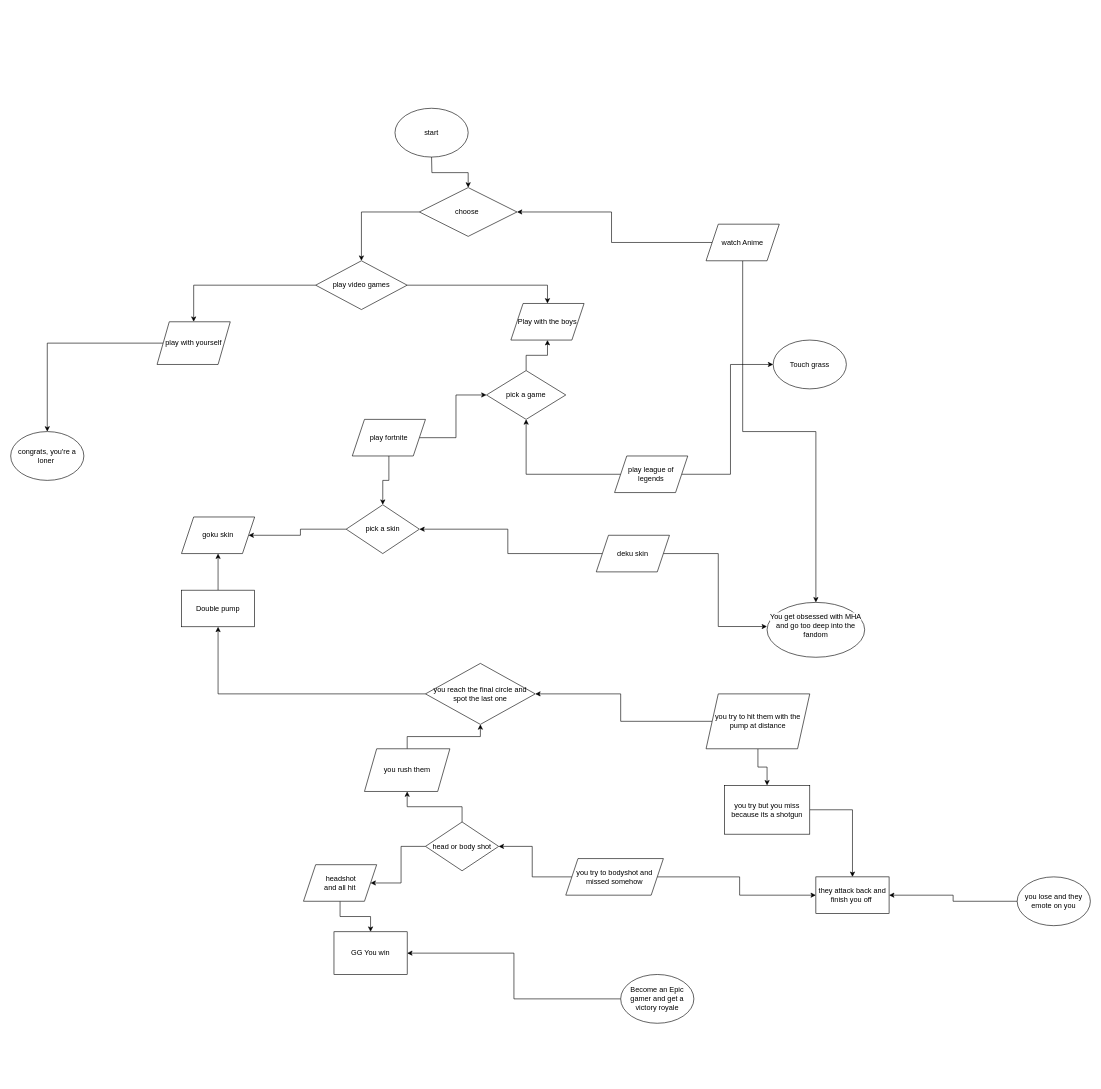
Above: Untitled Diagram.drawio in michaelv24/InteractiveStoryGame (draw.io), before the change. Source tidied: cells renumbered, new cells numbered last; positions are measured from the earlier drawing's top-left corner, leaving out a move shared by most shapes. Both pictures are drawn from the tidied source at 61%, with x=0, y=0 at pixel (10, 108).
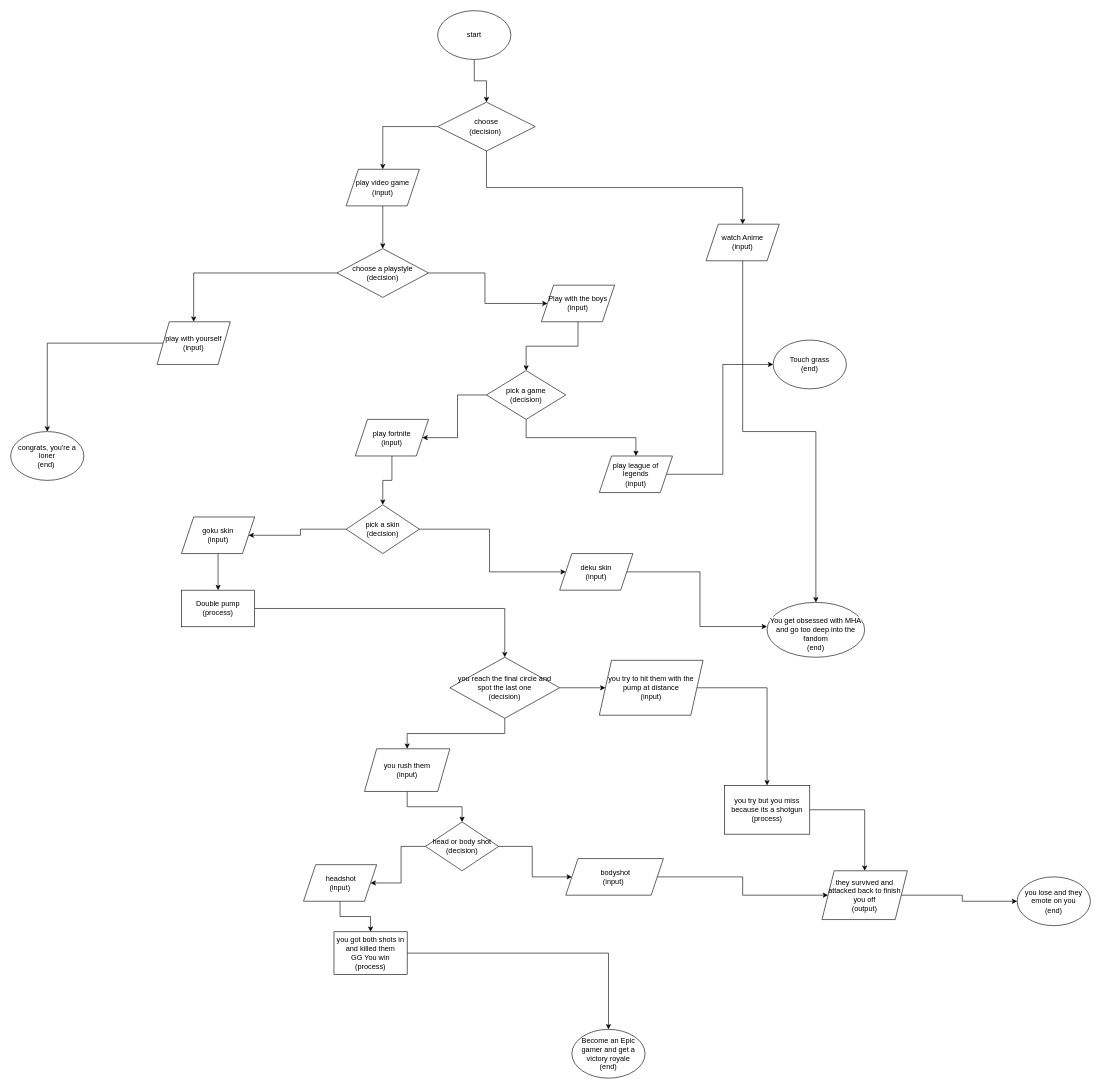
After the change.

What changed in the source:
```diff
@@
-    <mxCell id="2" style="edgeStyle=orthogonalEdgeStyle;rounded=0;jettySize=auto;html=1;" parent="1" edge="1" target="15">
-      <mxGeometry relative="1" as="geometry">
-        <mxPoint x="690" y="80" as="sourcePoint" />
-      </mxGeometry>
+    <mxCell id="2" style="edgeStyle=orthogonalEdgeStyle;rounded=0;jettySize=auto;html=1;" parent="1" edge="1" source="16" target="15">
+      <mxGeometry relative="1" as="geometry" />
     </mxCell>
@@
-    <mxCell id="6" style="edgeStyle=orthogonalEdgeStyle;rounded=0;jettySize=auto;html=1;exitX=0;exitY=0.5;exitDx=0;exitDy=0;" parent="1" edge="1" source="48" target="7">
-      <mxGeometry relative="1" as="geometry" />
-    </mxCell>
+    <mxCell id="57" style="edgeStyle=orthogonalEdgeStyle;rounded=0;jettySize=auto;html=1;" parent="1" edge="1" source="7" target="48">
+      <mxGeometry relative="1" as="geometry" />
+    </mxCell>
-    <mxCell id="7" value="GG You win" style="whiteSpace=wrap;html=1;" parent="1" vertex="1">
+    <mxCell id="7" value="you got both shots in and killed them&lt;br&gt;GG You win&lt;br&gt;(process)" style="whiteSpace=wrap;html=1;" parent="1" vertex="1">
       <mxGeometry x="530" y="1350" width="120" height="70" as="geometry" />
     </mxCell>
@@
-    <mxCell id="9" style="edgeStyle=orthogonalEdgeStyle;rounded=0;jettySize=auto;html=1;" parent="1" edge="1" source="10" target="33">
-      <mxGeometry relative="1" as="geometry" />
-    </mxCell>
+    <mxCell id="58" style="edgeStyle=orthogonalEdgeStyle;rounded=0;jettySize=auto;html=1;" parent="1" edge="1" source="10" target="37">
+      <mxGeometry relative="1" as="geometry" />
+    </mxCell>
-    <mxCell id="10" value="Double pump" style="whiteSpace=wrap;html=1;" parent="1" vertex="1">
+    <mxCell id="10" value="Double pump&lt;br&gt;(process)" style="whiteSpace=wrap;html=1;" parent="1" vertex="1">
       <mxGeometry x="280" y="790" width="120" height="60" as="geometry" />
     </mxCell>
@@
-    <mxCell id="12" style="edgeStyle=orthogonalEdgeStyle;rounded=0;jettySize=auto;html=1;entryX=0.5;entryY=0;entryDx=0;entryDy=0;" parent="1" edge="1" source="13" target="24">
-      <mxGeometry relative="1" as="geometry">
-        <Array as="points">
-          <mxPoint x="880" y="290" />
-        </Array>
-      </mxGeometry>
+    <mxCell id="12" style="edgeStyle=orthogonalEdgeStyle;rounded=0;jettySize=auto;html=1;exitX=1;exitY=0.5;exitDx=0;exitDy=0;entryX=0;entryY=0.5;entryDx=0;entryDy=0;" parent="1" edge="1" source="13" target="24">
+      <mxGeometry relative="1" as="geometry" />
     </mxCell>
-    <mxCell id="13" value="play video games" style="rhombus;whiteSpace=wrap;html=1;" parent="1" vertex="1">
-      <mxGeometry x="500" y="250" width="150" height="80" as="geometry" />
+    <mxCell id="13" value="choose a playstyle&lt;br&gt;(decision)" style="rhombus;whiteSpace=wrap;html=1;" parent="1" vertex="1">
+      <mxGeometry x="535" y="230" width="150" height="80" as="geometry" />
     </mxCell>
-    <mxCell id="14" style="edgeStyle=orthogonalEdgeStyle;rounded=0;jettySize=auto;html=1;" parent="1" edge="1" source="15" target="13">
-      <mxGeometry relative="1" as="geometry" />
-    </mxCell>
+    <mxCell id="59" style="edgeStyle=orthogonalEdgeStyle;rounded=0;jettySize=auto;html=1;" parent="1" edge="1" source="15" target="73">
+      <mxGeometry relative="1" as="geometry" />
+    </mxCell>
+    <mxCell id="60" style="edgeStyle=orthogonalEdgeStyle;rounded=0;jettySize=auto;html=1;exitX=0.5;exitY=1;exitDx=0;exitDy=0;" parent="1" edge="1" source="15" target="19">
+      <mxGeometry relative="1" as="geometry" />
+    </mxCell>
-    <mxCell id="15" value="choose&amp;nbsp;" style="rhombus;whiteSpace=wrap;html=1;" parent="1" vertex="1">
-      <mxGeometry x="670" y="130" width="160" height="80" as="geometry" />
+    <mxCell id="15" value="choose&lt;br&gt;(decision)&amp;nbsp;" style="rhombus;whiteSpace=wrap;html=1;" parent="1" vertex="1">
+      <mxGeometry x="700" y="-10" width="160" height="80" as="geometry" />
     </mxCell>
     <mxCell id="16" value="start" style="ellipse;whiteSpace=wrap;html=1;" parent="1" vertex="1">
-      <mxGeometry x="630" width="120" height="80" as="geometry" />
+      <mxGeometry x="700" y="-160" width="120" height="80" as="geometry" />
     </mxCell>
-    <mxCell id="17" style="edgeStyle=orthogonalEdgeStyle;rounded=0;jettySize=auto;html=1;" parent="1" edge="1" source="19" target="15">
-      <mxGeometry relative="1" as="geometry" />
-    </mxCell>
@@
-    <mxCell id="19" value="watch Anime" style="shape=parallelogram;perimeter=parallelogramPerimeter;whiteSpace=wrap;html=1;fixedSize=1;" parent="1" vertex="1">
+    <mxCell id="19" value="watch Anime&lt;br&gt;(input)" style="shape=parallelogram;perimeter=parallelogramPerimeter;whiteSpace=wrap;html=1;fixedSize=1;" parent="1" vertex="1">
       <mxGeometry x="1140" y="190" width="120" height="60" as="geometry" />
     </mxCell>
-    <mxCell id="20" value="&#10;&lt;span style=&quot;color: rgb(0, 0, 0); font-family: Helvetica; font-size: 12px; font-style: normal; font-variant-ligatures: normal; font-variant-caps: normal; font-weight: 400; letter-spacing: normal; orphans: 2; text-align: center; text-indent: 0px; text-transform: none; widows: 2; word-spacing: 0px; -webkit-text-stroke-width: 0px; background-color: rgb(251, 251, 251); text-decoration-thickness: initial; text-decoration-style: initial; text-decoration-color: initial; float: none; display: inline !important;&quot;&gt;You get obsessed with MHA and go too deep into the fandom&lt;/span&gt;&#10;&#10;" style="ellipse;whiteSpace=wrap;html=1;" parent="1" vertex="1">
+    <mxCell id="20" value="&lt;br&gt;&lt;span style=&quot;color: rgb(0, 0, 0); font-family: Helvetica; font-size: 12px; font-style: normal; font-variant-ligatures: normal; font-variant-caps: normal; font-weight: 400; letter-spacing: normal; orphans: 2; text-align: center; text-indent: 0px; text-transform: none; widows: 2; word-spacing: 0px; -webkit-text-stroke-width: 0px; background-color: rgb(251, 251, 251); text-decoration-thickness: initial; text-decoration-style: initial; text-decoration-color: initial; float: none; display: inline !important;&quot;&gt;You get obsessed with MHA and go too deep into the fandom&lt;/span&gt;&lt;br&gt;(end)" style="ellipse;whiteSpace=wrap;html=1;" parent="1" vertex="1">
       <mxGeometry x="1240" y="810" width="160" height="90" as="geometry" />
     </mxCell>
-    <mxCell id="21" value="congrats, you're a loner&amp;nbsp;" style="ellipse;whiteSpace=wrap;html=1;" parent="1" vertex="1">
+    <mxCell id="21" value="congrats, you're a loner&lt;br&gt;(end)&amp;nbsp;" style="ellipse;whiteSpace=wrap;html=1;" parent="1" vertex="1">
       <mxGeometry y="530" width="120" height="80" as="geometry" />
     </mxCell>
-    <mxCell id="22" value="play with yourself" style="shape=parallelogram;perimeter=parallelogramPerimeter;whiteSpace=wrap;html=1;fixedSize=1;" parent="1" vertex="1">
+    <mxCell id="22" value="play with yourself&lt;br&gt;(input)" style="shape=parallelogram;perimeter=parallelogramPerimeter;whiteSpace=wrap;html=1;fixedSize=1;" parent="1" vertex="1">
       <mxGeometry x="240" y="350" width="120" height="70" as="geometry" />
     </mxCell>
-    <mxCell id="23" value="Touch grass" style="ellipse;whiteSpace=wrap;html=1;" parent="1" vertex="1">
+    <mxCell id="23" value="Touch grass&lt;br&gt;(end)" style="ellipse;whiteSpace=wrap;html=1;" parent="1" vertex="1">
       <mxGeometry x="1250" y="380" width="120" height="80" as="geometry" />
     </mxCell>
+    <mxCell id="61" style="edgeStyle=orthogonalEdgeStyle;rounded=0;jettySize=auto;html=1;exitX=0.5;exitY=1;exitDx=0;exitDy=0;entryX=0.5;entryY=0;entryDx=0;entryDy=0;" parent="1" edge="1" source="24" target="26">
+      <mxGeometry relative="1" as="geometry" />
+    </mxCell>
-    <mxCell id="24" value="Play with the boys" style="shape=parallelogram;perimeter=parallelogramPerimeter;whiteSpace=wrap;html=1;fixedSize=1;" parent="1" vertex="1">
-      <mxGeometry x="820" y="320" width="120" height="60" as="geometry" />
+    <mxCell id="24" value="Play with the boys&lt;br&gt;(input)" style="shape=parallelogram;perimeter=parallelogramPerimeter;whiteSpace=wrap;html=1;fixedSize=1;" parent="1" vertex="1">
+      <mxGeometry x="870" y="290" width="120" height="60" as="geometry" />
     </mxCell>
-    <mxCell id="25" style="edgeStyle=orthogonalEdgeStyle;rounded=0;jettySize=auto;html=1;" parent="1" edge="1" source="26" target="24">
-      <mxGeometry relative="1" as="geometry" />
-    </mxCell>
+    <mxCell id="62" style="edgeStyle=orthogonalEdgeStyle;rounded=0;jettySize=auto;html=1;exitX=0.5;exitY=1;exitDx=0;exitDy=0;entryX=0.5;entryY=0;entryDx=0;entryDy=0;" parent="1" edge="1" source="26" target="28">
+      <mxGeometry relative="1" as="geometry" />
+    </mxCell>
+    <mxCell id="63" style="edgeStyle=orthogonalEdgeStyle;rounded=0;jettySize=auto;html=1;exitX=0;exitY=0.5;exitDx=0;exitDy=0;" parent="1" edge="1" source="26" target="30">
+      <mxGeometry relative="1" as="geometry" />
+    </mxCell>
-    <mxCell id="26" value="pick a game" style="rhombus;whiteSpace=wrap;html=1;" parent="1" vertex="1">
+    <mxCell id="26" value="pick a game&lt;br&gt;(decision)" style="rhombus;whiteSpace=wrap;html=1;" parent="1" vertex="1">
       <mxGeometry x="780" y="430" width="130" height="80" as="geometry" />
     </mxCell>
-    <mxCell id="27" style="edgeStyle=orthogonalEdgeStyle;rounded=0;jettySize=auto;html=1;" parent="1" edge="1" source="28" target="26">
-      <mxGeometry relative="1" as="geometry" />
-    </mxCell>
-    <mxCell id="28" value="play league of legends" style="shape=parallelogram;perimeter=parallelogramPerimeter;whiteSpace=wrap;html=1;fixedSize=1;" parent="1" vertex="1">
-      <mxGeometry x="990" y="570" width="120" height="60" as="geometry" />
+    <mxCell id="28" value="play league of legends&lt;br&gt;(input)" style="shape=parallelogram;perimeter=parallelogramPerimeter;whiteSpace=wrap;html=1;fixedSize=1;" parent="1" vertex="1">
+      <mxGeometry x="965" y="570" width="120" height="60" as="geometry" />
     </mxCell>
-    <mxCell id="29" style="edgeStyle=orthogonalEdgeStyle;rounded=0;jettySize=auto;html=1;" parent="1" edge="1" source="30" target="26">
-      <mxGeometry relative="1" as="geometry" />
-    </mxCell>
-    <mxCell id="30" value="play fortnite" style="shape=parallelogram;perimeter=parallelogramPerimeter;whiteSpace=wrap;html=1;fixedSize=1;" parent="1" vertex="1">
-      <mxGeometry x="560" y="510" width="120" height="60" as="geometry" />
+    <mxCell id="30" value="play fortnite&lt;br&gt;(input)" style="shape=parallelogram;perimeter=parallelogramPerimeter;whiteSpace=wrap;html=1;fixedSize=1;" parent="1" vertex="1">
+      <mxGeometry x="565" y="510" width="120" height="60" as="geometry" />
     </mxCell>
-    <mxCell id="31" style="edgeStyle=orthogonalEdgeStyle;rounded=0;jettySize=auto;html=1;" parent="1" edge="1" source="32" target="35">
-      <mxGeometry relative="1" as="geometry" />
-    </mxCell>
-    <mxCell id="32" value="deku skin" style="shape=parallelogram;perimeter=parallelogramPerimeter;whiteSpace=wrap;html=1;fixedSize=1;" parent="1" vertex="1">
-      <mxGeometry x="960" y="700" width="120" height="60" as="geometry" />
+    <mxCell id="32" value="deku skin&lt;br&gt;(input)" style="shape=parallelogram;perimeter=parallelogramPerimeter;whiteSpace=wrap;html=1;fixedSize=1;" parent="1" vertex="1">
+      <mxGeometry x="900" y="730" width="120" height="60" as="geometry" />
     </mxCell>
+    <mxCell id="64" style="edgeStyle=orthogonalEdgeStyle;rounded=0;jettySize=auto;html=1;" parent="1" edge="1" source="33" target="10">
+      <mxGeometry relative="1" as="geometry" />
+    </mxCell>
-    <mxCell id="33" value="goku skin" style="shape=parallelogram;perimeter=parallelogramPerimeter;whiteSpace=wrap;html=1;fixedSize=1;" parent="1" vertex="1">
+    <mxCell id="33" value="goku skin&lt;br&gt;(input)" style="shape=parallelogram;perimeter=parallelogramPerimeter;whiteSpace=wrap;html=1;fixedSize=1;" parent="1" vertex="1">
       <mxGeometry x="280" y="670" width="120" height="60" as="geometry" />
     </mxCell>
@@
+    <mxCell id="65" style="edgeStyle=orthogonalEdgeStyle;rounded=0;jettySize=auto;html=1;" parent="1" edge="1" source="35" target="32">
+      <mxGeometry relative="1" as="geometry" />
+    </mxCell>
-    <mxCell id="35" value="pick a skin" style="rhombus;whiteSpace=wrap;html=1;" parent="1" vertex="1">
+    <mxCell id="35" value="pick a skin&lt;br&gt;(decision)" style="rhombus;whiteSpace=wrap;html=1;" parent="1" vertex="1">
       <mxGeometry x="550" y="650" width="120" height="80" as="geometry" />
     </mxCell>
-    <mxCell id="36" style="edgeStyle=orthogonalEdgeStyle;rounded=0;jettySize=auto;html=1;" parent="1" edge="1" source="37" target="10">
-      <mxGeometry relative="1" as="geometry" />
-    </mxCell>
+    <mxCell id="66" style="edgeStyle=orthogonalEdgeStyle;rounded=0;jettySize=auto;html=1;" parent="1" edge="1" source="37" target="40">
+      <mxGeometry relative="1" as="geometry" />
+    </mxCell>
+    <mxCell id="67" style="edgeStyle=orthogonalEdgeStyle;rounded=0;jettySize=auto;html=1;exitX=0.5;exitY=1;exitDx=0;exitDy=0;entryX=0.5;entryY=0;entryDx=0;entryDy=0;" parent="1" edge="1" source="37" target="43">
+      <mxGeometry relative="1" as="geometry" />
+    </mxCell>
-    <mxCell id="37" value="you reach the final circle and spot the last one" style="rhombus;whiteSpace=wrap;html=1;" parent="1" vertex="1">
-      <mxGeometry x="680" y="910" width="180" height="100" as="geometry" />
+    <mxCell id="37" value="you reach the final circle and spot the last one&lt;br&gt;(decision)" style="rhombus;whiteSpace=wrap;html=1;" parent="1" vertex="1">
+      <mxGeometry x="720" y="900" width="180" height="100" as="geometry" />
     </mxCell>
-    <mxCell id="38" style="edgeStyle=orthogonalEdgeStyle;rounded=0;jettySize=auto;html=1;" parent="1" edge="1" source="40" target="37">
-      <mxGeometry relative="1" as="geometry" />
-    </mxCell>
@@
-    <mxCell id="40" value="you try to hit them with the pump at distance" style="shape=parallelogram;perimeter=parallelogramPerimeter;whiteSpace=wrap;html=1;fixedSize=1;" parent="1" vertex="1">
-      <mxGeometry x="1140" y="960" width="170" height="90" as="geometry" />
+    <mxCell id="40" value="you try to hit them with the pump at distance&lt;br&gt;(input)" style="shape=parallelogram;perimeter=parallelogramPerimeter;whiteSpace=wrap;html=1;fixedSize=1;" parent="1" vertex="1">
+      <mxGeometry x="965" y="905" width="170" height="90" as="geometry" />
     </mxCell>
-    <mxCell id="41" style="edgeStyle=orthogonalEdgeStyle;rounded=0;jettySize=auto;html=1;" parent="1" edge="1" source="43" target="37">
-      <mxGeometry relative="1" as="geometry" />
-    </mxCell>
@@
+    <mxCell id="68" style="edgeStyle=orthogonalEdgeStyle;rounded=0;jettySize=auto;html=1;exitX=0.5;exitY=1;exitDx=0;exitDy=0;entryX=0.5;entryY=0;entryDx=0;entryDy=0;" parent="1" edge="1" source="43" target="45">
+      <mxGeometry relative="1" as="geometry" />
+    </mxCell>
-    <mxCell id="43" value="you rush them" style="shape=parallelogram;perimeter=parallelogramPerimeter;whiteSpace=wrap;html=1;fixedSize=1;" parent="1" vertex="1">
+    <mxCell id="43" value="you rush them&lt;br&gt;(input)" style="shape=parallelogram;perimeter=parallelogramPerimeter;whiteSpace=wrap;html=1;fixedSize=1;" parent="1" vertex="1">
       <mxGeometry x="580" y="1050" width="140" height="70" as="geometry" />
     </mxCell>
-    <mxCell id="44" style="edgeStyle=orthogonalEdgeStyle;rounded=0;jettySize=auto;html=1;" parent="1" edge="1" source="45" target="43">
-      <mxGeometry relative="1" as="geometry" />
-    </mxCell>
+    <mxCell id="69" style="edgeStyle=orthogonalEdgeStyle;rounded=0;jettySize=auto;html=1;exitX=1;exitY=0.5;exitDx=0;exitDy=0;entryX=0;entryY=0.5;entryDx=0;entryDy=0;" parent="1" edge="1" source="45" target="51">
+      <mxGeometry relative="1" as="geometry" />
+    </mxCell>
-    <mxCell id="45" value="head or body shot" style="rhombus;whiteSpace=wrap;html=1;" parent="1" vertex="1">
+    <mxCell id="45" value="head or body shot&lt;br&gt;(decision)" style="rhombus;whiteSpace=wrap;html=1;" parent="1" vertex="1">
       <mxGeometry x="680" y="1170" width="120" height="80" as="geometry" />
     </mxCell>
@@
-    <mxCell id="47" value="&amp;nbsp;headshot&lt;br&gt;and all hit" style="shape=parallelogram;perimeter=parallelogramPerimeter;whiteSpace=wrap;html=1;fixedSize=1;" parent="1" vertex="1">
+    <mxCell id="47" value="&amp;nbsp;headshot&lt;br&gt;(input)" style="shape=parallelogram;perimeter=parallelogramPerimeter;whiteSpace=wrap;html=1;fixedSize=1;" parent="1" vertex="1">
       <mxGeometry x="480" y="1240" width="120" height="60" as="geometry" />
     </mxCell>
-    <mxCell id="48" value="Become an Epic gamer and get a victory royale" style="ellipse;whiteSpace=wrap;html=1;" parent="1" vertex="1">
-      <mxGeometry x="1000" y="1420" width="120" height="80" as="geometry" />
+    <mxCell id="48" value="Become an Epic gamer and get a victory royale&lt;br&gt;(end)" style="ellipse;whiteSpace=wrap;html=1;" parent="1" vertex="1">
+      <mxGeometry x="920" y="1510" width="120" height="80" as="geometry" />
     </mxCell>
-    <mxCell id="49" style="edgeStyle=orthogonalEdgeStyle;rounded=0;jettySize=auto;html=1;" parent="1" edge="1" source="51" target="45">
-      <mxGeometry relative="1" as="geometry" />
-    </mxCell>
-    <mxCell id="50" style="edgeStyle=orthogonalEdgeStyle;rounded=0;jettySize=auto;html=1;" parent="1" edge="1" source="51" target="52">
+    <mxCell id="50" style="edgeStyle=orthogonalEdgeStyle;rounded=0;jettySize=auto;html=1;entryX=0;entryY=0.5;entryDx=0;entryDy=0;" parent="1" edge="1" source="51" target="71">
       <mxGeometry relative="1" as="geometry" />
     </mxCell>
-    <mxCell id="51" value="you try to bodyshot and missed somehow" style="shape=parallelogram;perimeter=parallelogramPerimeter;whiteSpace=wrap;html=1;fixedSize=1;" parent="1" vertex="1">
+    <mxCell id="51" value="&amp;nbsp;bodyshot&lt;br&gt;(input)&amp;nbsp;" style="shape=parallelogram;perimeter=parallelogramPerimeter;whiteSpace=wrap;html=1;fixedSize=1;" parent="1" vertex="1">
       <mxGeometry x="910" y="1230" width="160" height="60" as="geometry" />
     </mxCell>
-    <mxCell id="52" value="they attack back and finish you off&amp;nbsp;" style="rounded=0;whiteSpace=wrap;html=1;" parent="1" vertex="1">
-      <mxGeometry x="1320" y="1260" width="120" height="60" as="geometry" />
-    </mxCell>
-    <mxCell id="53" style="edgeStyle=orthogonalEdgeStyle;rounded=0;jettySize=auto;html=1;" parent="1" edge="1" source="54" target="52">
+    <mxCell id="53" style="edgeStyle=orthogonalEdgeStyle;rounded=0;jettySize=auto;html=1;entryX=0.5;entryY=0;entryDx=0;entryDy=0;" parent="1" edge="1" source="54" target="71">
       <mxGeometry relative="1" as="geometry" />
     </mxCell>
-    <mxCell id="54" value="you try but you miss because its a shotgun" style="rounded=0;whiteSpace=wrap;html=1;" parent="1" vertex="1">
+    <mxCell id="54" value="you try but you miss because its a shotgun&lt;br&gt;(process)" style="rounded=0;whiteSpace=wrap;html=1;" parent="1" vertex="1">
       <mxGeometry x="1170" y="1110" width="140" height="80" as="geometry" />
     </mxCell>
-    <mxCell id="55" style="edgeStyle=orthogonalEdgeStyle;rounded=0;jettySize=auto;html=1;" parent="1" edge="1" source="56" target="52">
-      <mxGeometry relative="1" as="geometry" />
-    </mxCell>
-    <mxCell id="56" value="you lose and they emote on you" style="ellipse;whiteSpace=wrap;html=1;" parent="1" vertex="1">
+    <mxCell id="56" value="you lose and they emote on you&lt;br&gt;(end)" style="ellipse;whiteSpace=wrap;html=1;" parent="1" vertex="1">
       <mxGeometry x="1650" y="1260" width="120" height="80" as="geometry" />
     </mxCell>
+    <mxCell id="70" style="edgeStyle=orthogonalEdgeStyle;rounded=0;jettySize=auto;html=1;exitX=1;exitY=0.5;exitDx=0;exitDy=0;entryX=0;entryY=0.5;entryDx=0;entryDy=0;" parent="1" edge="1" source="71" target="56">
+      <mxGeometry relative="1" as="geometry" />
+    </mxCell>
+    <mxCell id="71" value="they survived and attacked back to finish you off&lt;br&gt;(output)" style="shape=parallelogram;perimeter=parallelogramPerimeter;whiteSpace=wrap;html=1;fixedSize=1;" parent="1" vertex="1">
+      <mxGeometry x="1330" y="1250" width="140" height="80" as="geometry" />
+    </mxCell>
+    <mxCell id="72" style="edgeStyle=orthogonalEdgeStyle;rounded=0;jettySize=auto;html=1;exitX=0.5;exitY=1;exitDx=0;exitDy=0;entryX=0.5;entryY=0;entryDx=0;entryDy=0;" parent="1" edge="1" source="73" target="13">
+      <mxGeometry relative="1" as="geometry" />
+    </mxCell>
+    <mxCell id="73" value="play video game&lt;br&gt;(input)" style="shape=parallelogram;perimeter=parallelogramPerimeter;whiteSpace=wrap;html=1;fixedSize=1;" parent="1" vertex="1">
+      <mxGeometry x="550" y="100" width="120" height="60" as="geometry" />
+    </mxCell>
```
